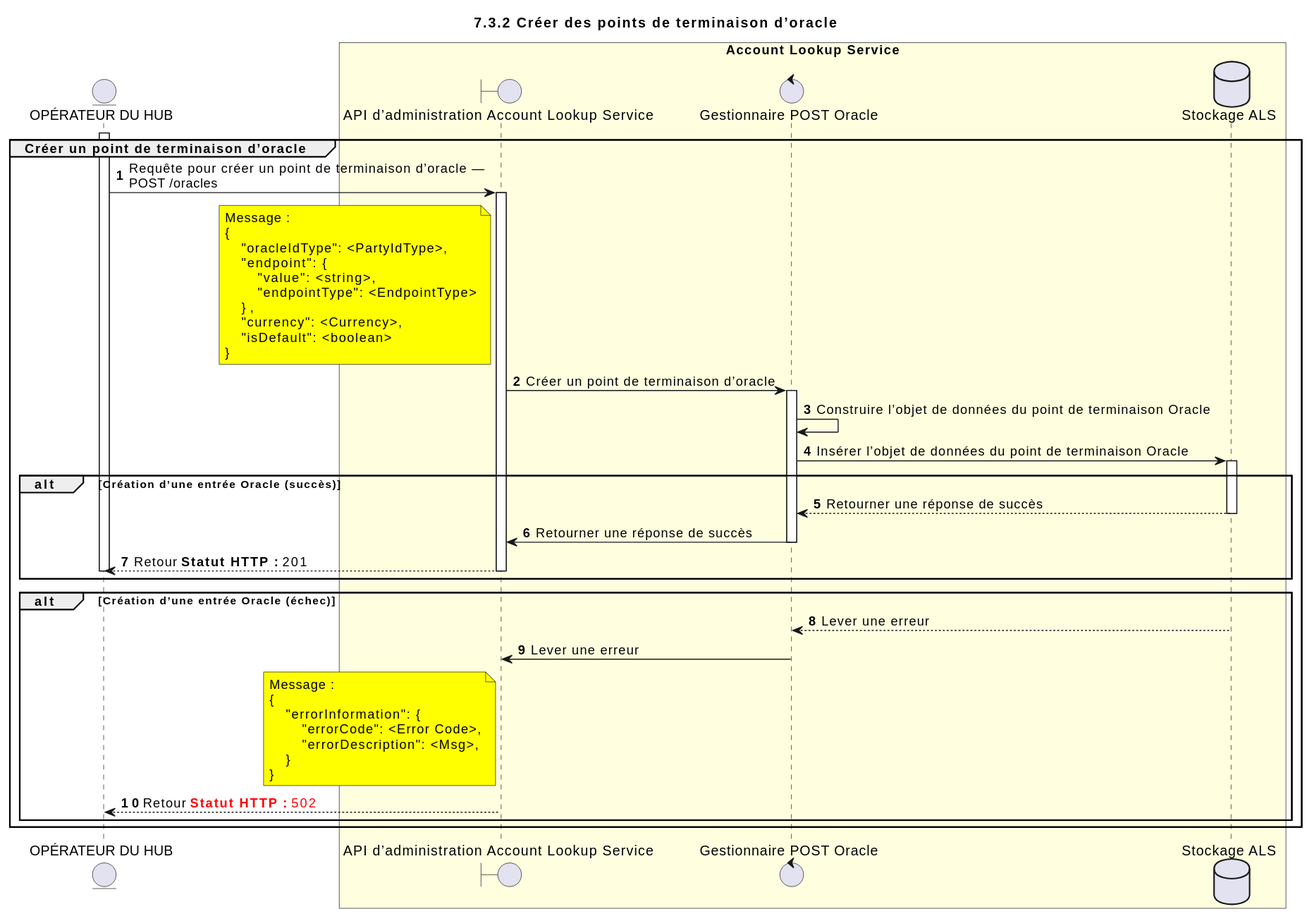
Before: docs/fr/technical/technical/account-lookup-service/assets/diagrams/sequence/seq-acct-lookup-admin-post-oracle-7.3.2.svg, a diagram exported from PlantUML (mojaloop/documentation). Its source is kept beside it as docs/fr/technical/technical/account-lookup-service/assets/diagrams/sequence/seq-acct-lookup-admin-post-oracle-7.3.2.puml. Source of this version:
```plantuml
@startuml
title 7.3.2 Créer des points de terminaison d’oracle

autonumber



entity "OPÉRATEUR DU HUB" as OPERATOR
boundary "API d’administration Account Lookup Service" as ALSADM
control "Gestionnaire POST Oracle" as ORC_HANDLER
database "Stockage ALS" as DB

box "Account Lookup Service" #LightYellow
participant ALSADM
participant ORC_HANDLER
participant DB
end box


activate OPERATOR
group Créer un point de terminaison d’oracle
  OPERATOR -> ALSADM: Requête pour créer un point de terminaison d’oracle —\nPOST /oracles
  note left of ALSADM #yellow
      Message :
      {
          "oracleIdType": <PartyIdType>,
          "endpoint": {
              "value": <string>,
              "endpointType": <EndpointType>
          },
          "currency": <Currency>,
          "isDefault": <boolean>
      }
  end note
  activate ALSADM

  ALSADM -> ORC_HANDLER: Créer un point de terminaison d’oracle

  activate ORC_HANDLER
  ORC_HANDLER -> ORC_HANDLER: Construire l’objet de données du point de terminaison Oracle
  ORC_HANDLER -> DB: Insérer l’objet de données du point de terminaison Oracle
  activate DB

  alt Création d’une entrée Oracle (succès)
    DB --> ORC_HANDLER: Retourner une réponse de succès
    deactivate DB

    ORC_HANDLER -> ALSADM: Retourner une réponse de succès
    deactivate ORC_HANDLER
    ALSADM --> OPERATOR: Retour <color #000000><b>Statut HTTP :</b> 201</color>

    deactivate ALSADM
    deactivate OPERATOR
  end

  alt Création d’une entrée Oracle (échec)
    DB --> ORC_HANDLER: Lever une erreur
    deactivate DB
    ORC_HANDLER -> ALSADM: Lever une erreur
    deactivate ORC_HANDLER
    note left of ALSADM #yellow
        Message :
        {
            "errorInformation": {
                "errorCode": <Error Code>,
                "errorDescription": <Msg>,
            }
        }
    end note

    ALSADM --> OPERATOR: Retour <color #FF0000><b>Statut HTTP :</b> 502</color>

    deactivate ALSADM
    deactivate OPERATOR


  end
end

@enduml
```
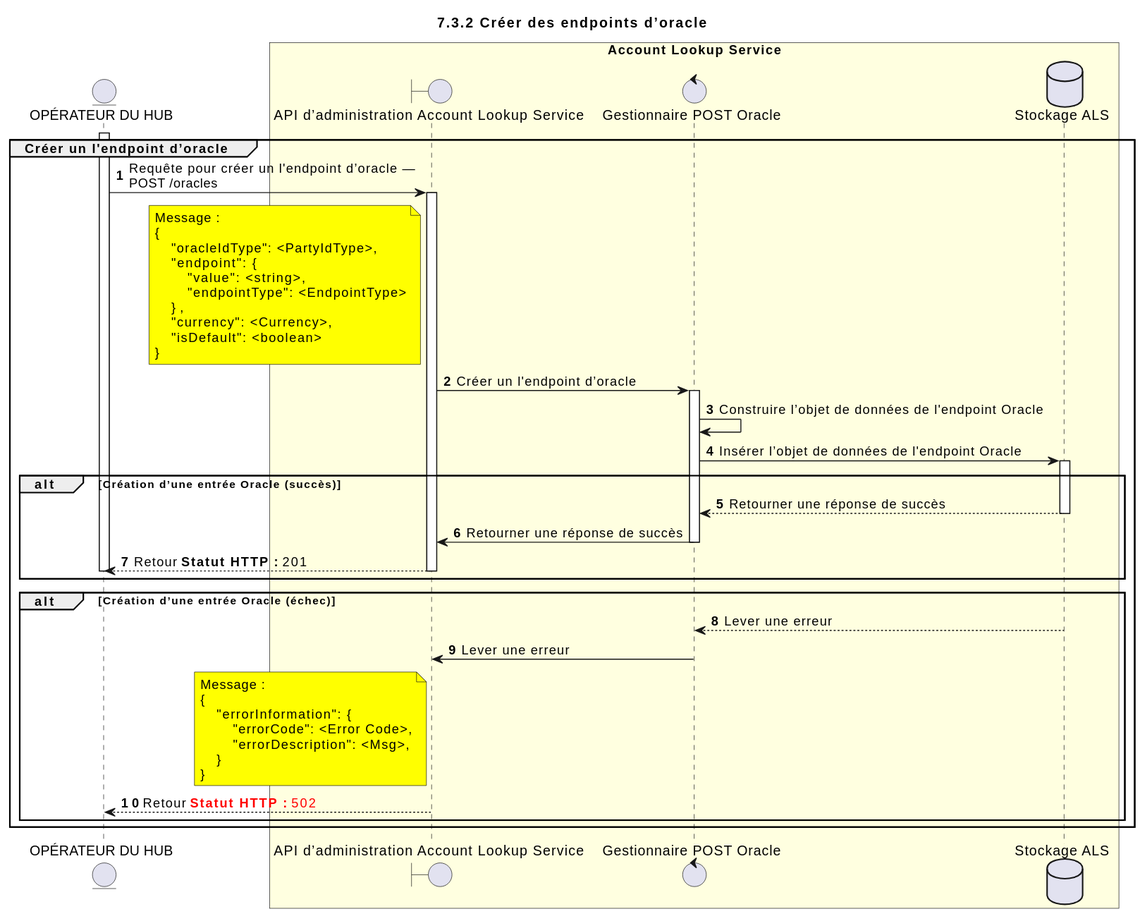
Above is the later version.

Diff of the diagram source:
```diff
@@ -1,5 +1,5 @@
 @startuml
-title 7.3.2 Créer des points de terminaison d’oracle
+title 7.3.2 Créer des endpoints d’oracle
 
 autonumber
 
@@ -18,8 +18,8 @@
 
 
 activate OPERATOR
-group Créer un point de terminaison d’oracle
-  OPERATOR -> ALSADM: Requête pour créer un point de terminaison d’oracle —\nPOST /oracles
+group Créer un l'endpoint d’oracle
+  OPERATOR -> ALSADM: Requête pour créer un l'endpoint d’oracle —\nPOST /oracles
   note left of ALSADM #yellow
       Message :
       {
@@ -34,11 +34,11 @@
   end note
   activate ALSADM
 
-  ALSADM -> ORC_HANDLER: Créer un point de terminaison d’oracle
+  ALSADM -> ORC_HANDLER: Créer un l'endpoint d’oracle
 
   activate ORC_HANDLER
-  ORC_HANDLER -> ORC_HANDLER: Construire l’objet de données du point de terminaison Oracle
-  ORC_HANDLER -> DB: Insérer l’objet de données du point de terminaison Oracle
+  ORC_HANDLER -> ORC_HANDLER: Construire l’objet de données de l'endpoint Oracle
+  ORC_HANDLER -> DB: Insérer l’objet de données de l'endpoint Oracle
   activate DB
 
   alt Création d’une entrée Oracle (succès)
```
